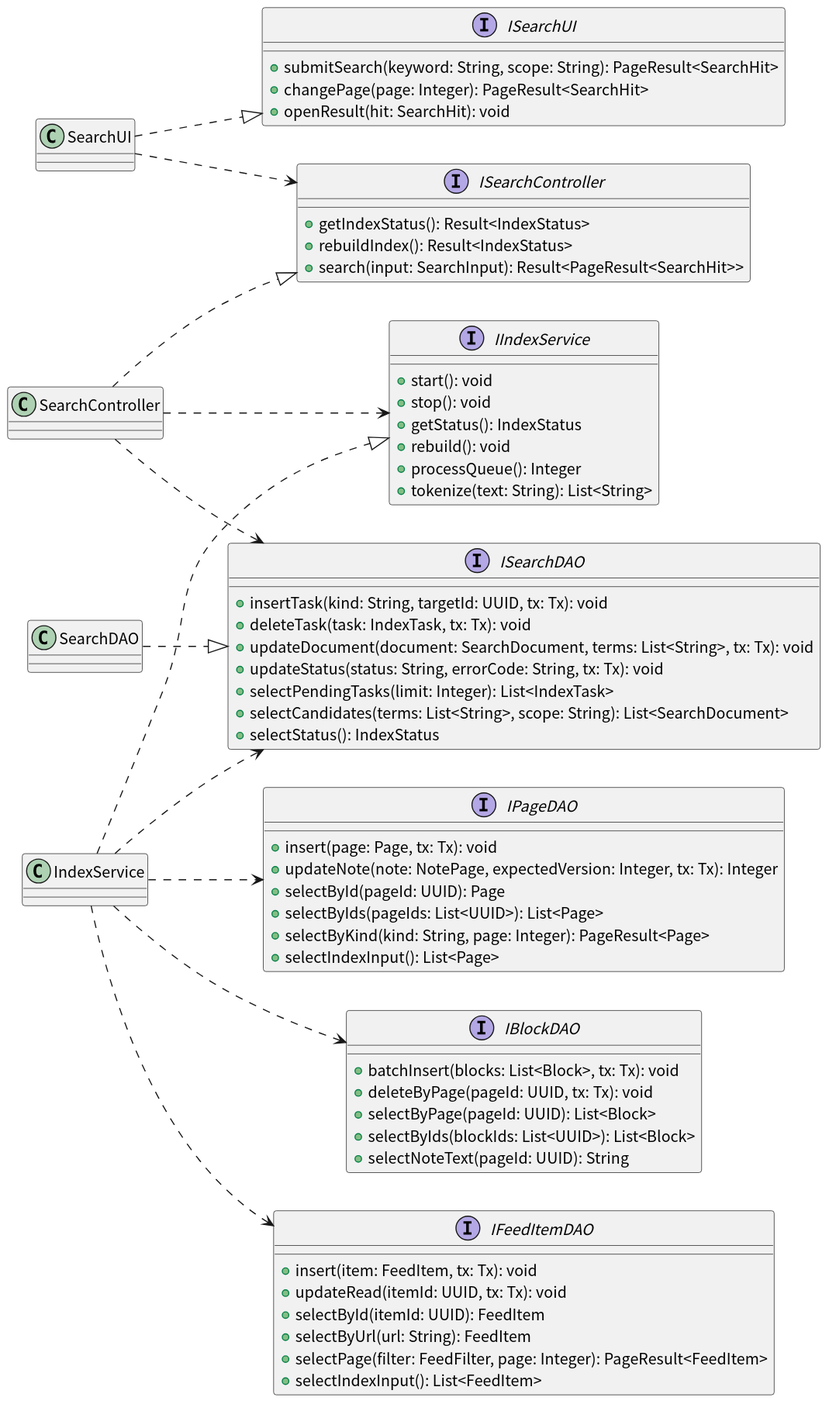
This is docs/SE_Experiment/design/figures/components-uc06.svg from AlanRosston/labloom, a PlantUML export, as it was before one commit.
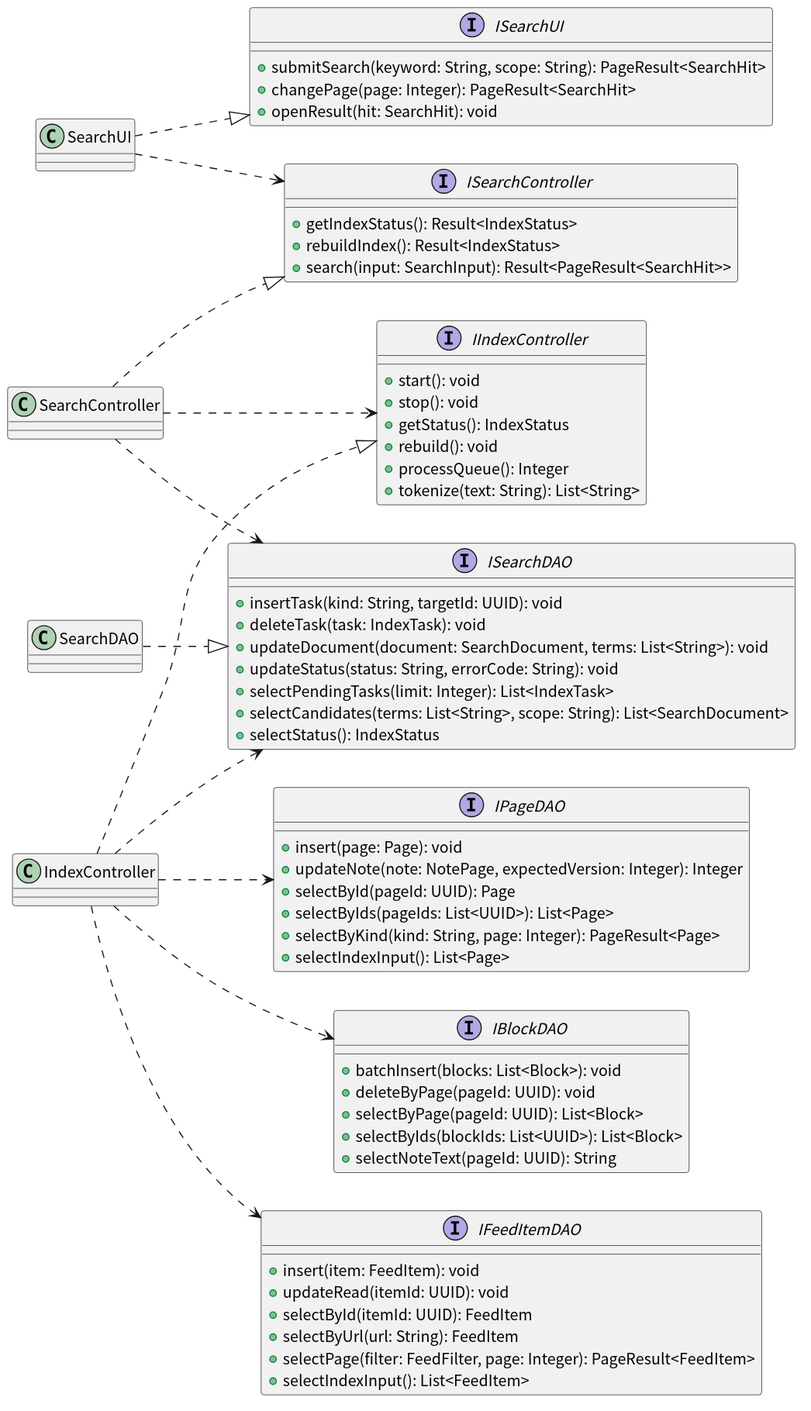
Above is the later version.

The edit, as a diff of the source:
```diff
@@ -12,7 +12,7 @@
   + rebuildIndex(): Result<IndexStatus>
   + search(input: SearchInput): Result<PageResult<SearchHit>>
 }
-interface IIndexService {
+interface IIndexController {
   + start(): void
   + stop(): void
   + getStatus(): IndexStatus
@@ -21,32 +21,32 @@
   + tokenize(text: String): List<String>
 }
 interface ISearchDAO {
-  + insertTask(kind: String, targetId: UUID, tx: Tx): void
-  + deleteTask(task: IndexTask, tx: Tx): void
-  + updateDocument(document: SearchDocument, terms: List<String>, tx: Tx): void
-  + updateStatus(status: String, errorCode: String, tx: Tx): void
+  + insertTask(kind: String, targetId: UUID): void
+  + deleteTask(task: IndexTask): void
+  + updateDocument(document: SearchDocument, terms: List<String>): void
+  + updateStatus(status: String, errorCode: String): void
   + selectPendingTasks(limit: Integer): List<IndexTask>
   + selectCandidates(terms: List<String>, scope: String): List<SearchDocument>
   + selectStatus(): IndexStatus
 }
 interface IPageDAO {
-  + insert(page: Page, tx: Tx): void
-  + updateNote(note: NotePage, expectedVersion: Integer, tx: Tx): Integer
+  + insert(page: Page): void
+  + updateNote(note: NotePage, expectedVersion: Integer): Integer
   + selectById(pageId: UUID): Page
   + selectByIds(pageIds: List<UUID>): List<Page>
   + selectByKind(kind: String, page: Integer): PageResult<Page>
   + selectIndexInput(): List<Page>
 }
 interface IBlockDAO {
-  + batchInsert(blocks: List<Block>, tx: Tx): void
-  + deleteByPage(pageId: UUID, tx: Tx): void
+  + batchInsert(blocks: List<Block>): void
+  + deleteByPage(pageId: UUID): void
   + selectByPage(pageId: UUID): List<Block>
   + selectByIds(blockIds: List<UUID>): List<Block>
   + selectNoteText(pageId: UUID): String
 }
 interface IFeedItemDAO {
-  + insert(item: FeedItem, tx: Tx): void
-  + updateRead(itemId: UUID, tx: Tx): void
+  + insert(item: FeedItem): void
+  + updateRead(itemId: UUID): void
   + selectById(itemId: UUID): FeedItem
   + selectByUrl(url: String): FeedItem
   + selectPage(filter: FeedFilter, page: Integer): PageResult<FeedItem>
@@ -54,19 +54,19 @@
 }
 class SearchUI
 class SearchController
-class IndexService
+class IndexController
 class SearchDAO
 
 SearchUI ..|> ISearchUI
 SearchController ..|> ISearchController
-IndexService ..|> IIndexService
+IndexController ..|> IIndexController
 SearchDAO ..|> ISearchDAO
 
 SearchUI ..> ISearchController
-SearchController ..> IIndexService
+SearchController ..> IIndexController
 SearchController ..> ISearchDAO
-IndexService ..> ISearchDAO
-IndexService ..> IPageDAO
-IndexService ..> IBlockDAO
-IndexService ..> IFeedItemDAO
+IndexController ..> ISearchDAO
+IndexController ..> IPageDAO
+IndexController ..> IBlockDAO
+IndexController ..> IFeedItemDAO
 @enduml
```
